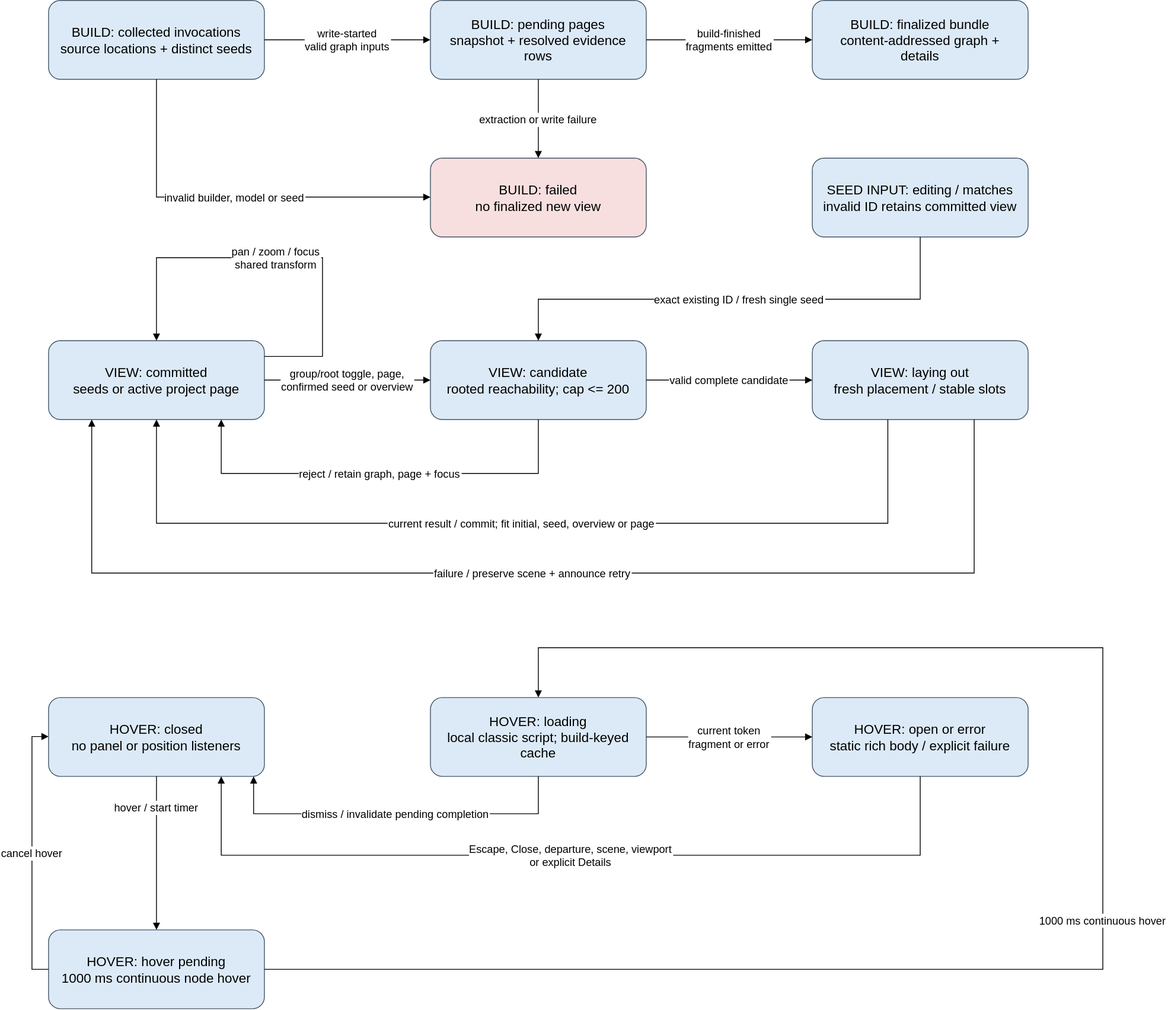
Above: docs/architecture/diagrams/state-machine.svg in sysblacksmith/STV_sphinx-traceability-view (draw.io), before the change. Source tidied: cells renumbered, new cells last; positions are measured from the earlier drawing's top-left corner, leaving out a move shared by most shapes.
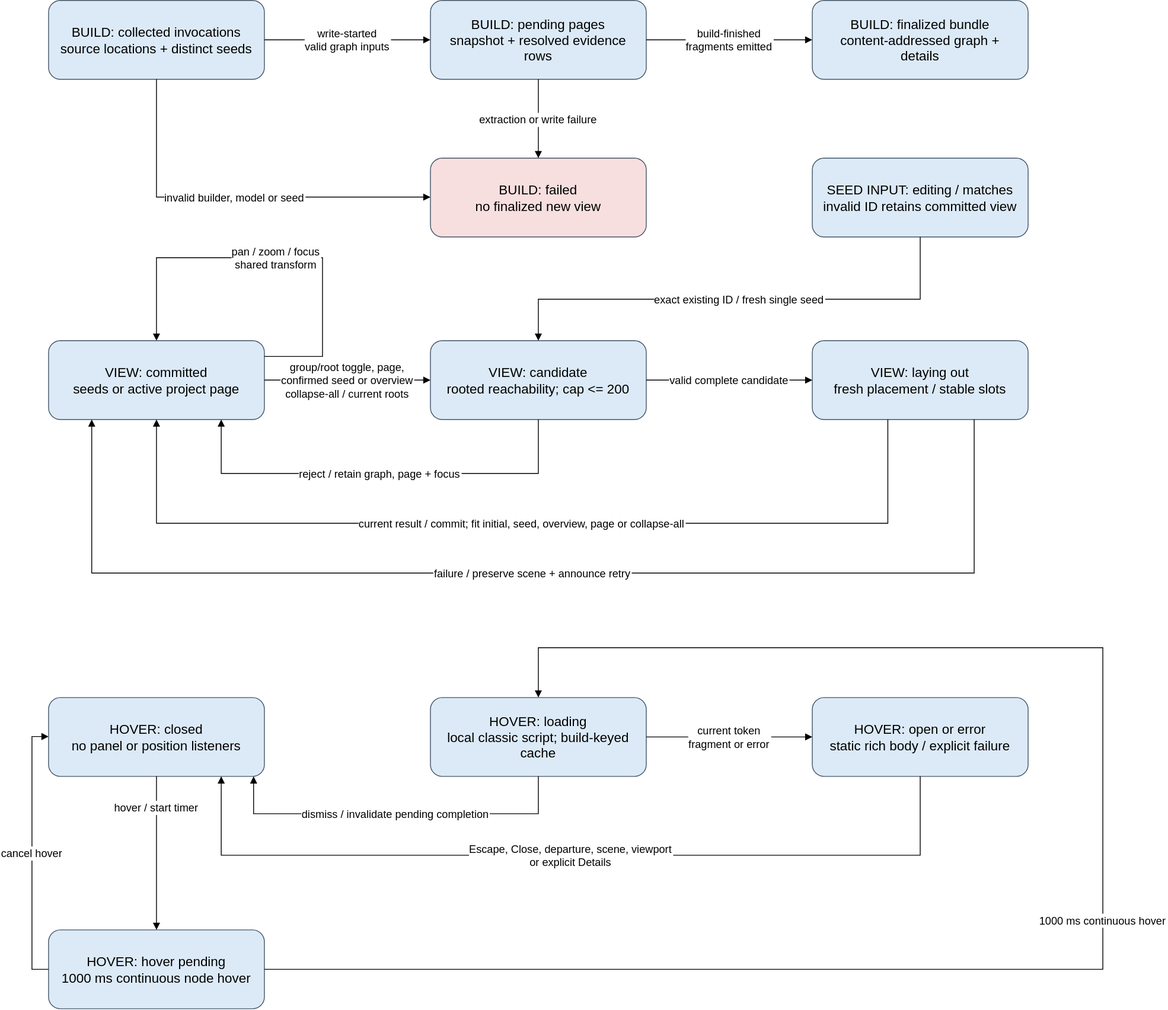
After the commit.

The edit, as a diff of the source:
```diff
@@ -39,7 +39,7 @@
     <mxCell id="12" value="VIEW: laying out&#10;fresh placement / stable slots" style="rounded=1;whiteSpace=wrap;html=0;fillColor=#dceaf7;strokeColor=#425466;fontSize=16;spacing=10;" parent="1" vertex="1">
       <mxGeometry x="940" y="410" width="260" height="95" as="geometry" />
     </mxCell>
-    <mxCell id="13" value="group/root toggle, page,&#10;confirmed seed or overview" style="edgeStyle=orthogonalEdgeStyle;rounded=0;html=0;endArrow=block;fontSize=13;labelBackgroundColor=#ffffff;" parent="1" edge="1" source="10" target="11">
+    <mxCell id="13" value="group/root toggle, page,&#10;confirmed seed or overview&#10;collapse-all / current roots" style="edgeStyle=orthogonalEdgeStyle;rounded=0;html=0;endArrow=block;fontSize=13;labelBackgroundColor=#ffffff;" parent="1" edge="1" source="10" target="11">
       <mxGeometry relative="1" as="geometry" />
     </mxCell>
     <mxCell id="14" value="valid complete candidate" style="edgeStyle=orthogonalEdgeStyle;rounded=0;html=0;endArrow=block;fontSize=13;labelBackgroundColor=#ffffff;" parent="1" edge="1" source="11" target="12">
@@ -53,7 +53,7 @@
         </Array>
       </mxGeometry>
     </mxCell>
-    <mxCell id="16" value="current result / commit; fit initial, seed, overview or page" style="edgeStyle=orthogonalEdgeStyle;rounded=0;html=0;endArrow=block;fontSize=13;labelBackgroundColor=#ffffff;exitX=0.35;exitY=1;entryX=0.5;entryY=1;" parent="1" edge="1" source="12" target="10">
+    <mxCell id="16" value="current result / commit; fit initial, seed, overview, page or collapse-all" style="edgeStyle=orthogonalEdgeStyle;rounded=0;html=0;endArrow=block;fontSize=13;labelBackgroundColor=#ffffff;exitX=0.35;exitY=1;entryX=0.5;entryY=1;" parent="1" edge="1" source="12" target="10">
       <mxGeometry relative="1" as="geometry">
         <Array as="points">
           <mxPoint x="1031" y="630" />
```
